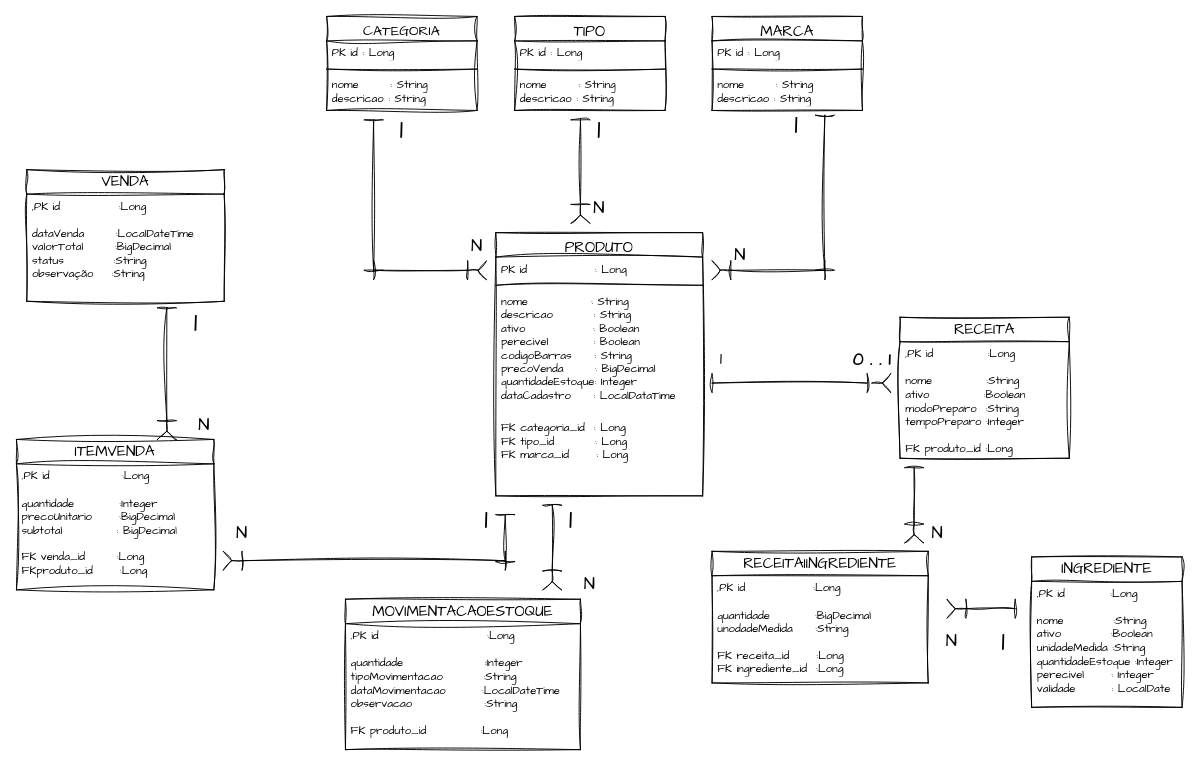
Before: der/gesttec-der.drawio in MariaMartaLia/GESTTEC.ERP, a draw.io diagram. Source tidied: cells renumbered, new cells numbered last; positions are measured from the earlier drawing's top-left corner, leaving out a move shared by most shapes. Both pictures are drawn from the tidied source at 94%, with x=0, y=0 at pixel (16, 16).
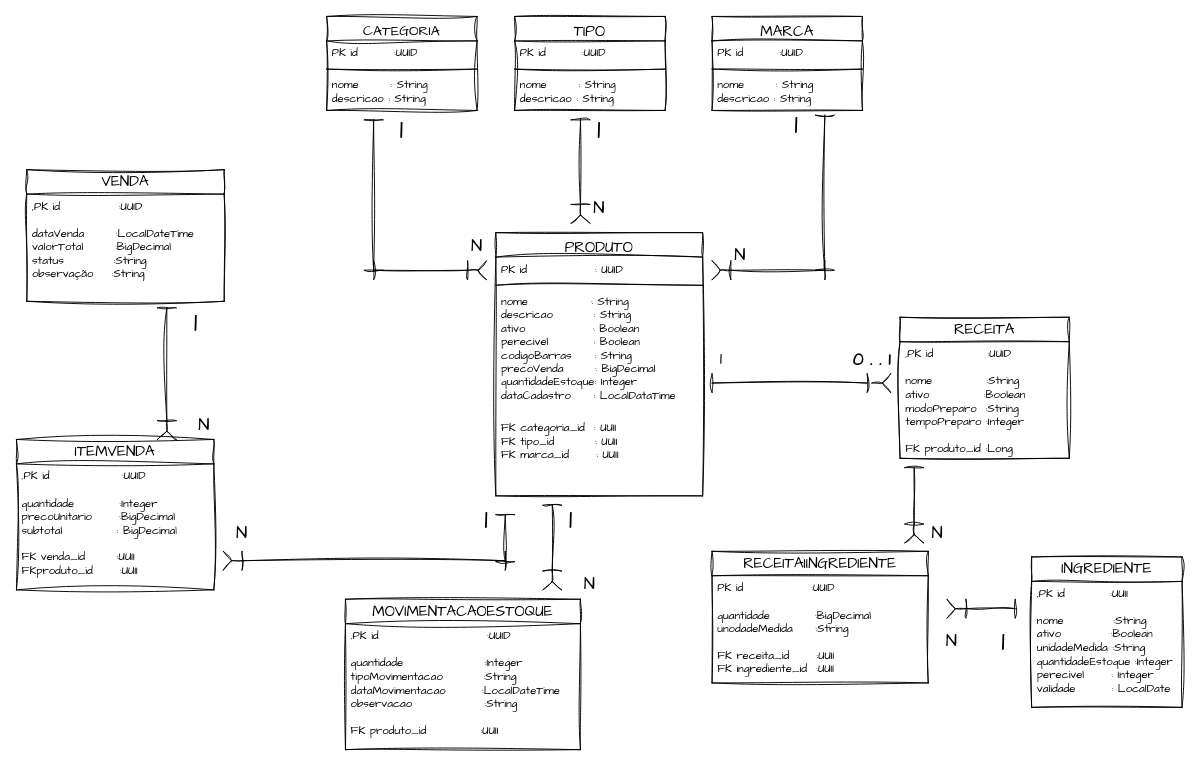
Above is the later version.

Commit message (it also covers changes not shown here):
feat: implementação inicial do schema relacional

Unchanged cells that the change refers to:
```xml
<mxCell id="6" value="&lt;span style=&quot;font-size: 15px; font-weight: 400; text-align: left;&quot;&gt;CATEGORIA&lt;/span&gt;" style="swimlane;fontStyle=1;align=center;verticalAlign=top;horizontal=1;startSize=26;whiteSpace=wrap;html=1;sketch=1;hachureGap=4;jiggle=2;curveFitting=1;fontFamily=Architects Daughter;" parent="1" vertex="1">
  <mxGeometry x="330" width="160" height="100" as="geometry" />
</mxCell>
<mxCell id="10" value="&lt;span style=&quot;font-size: 16px; font-weight: 400; text-align: left;&quot;&gt;TIPO&lt;/span&gt;" style="swimlane;fontStyle=1;align=center;verticalAlign=top;horizontal=1;startSize=26;whiteSpace=wrap;html=1;sketch=1;hachureGap=4;jiggle=2;curveFitting=1;fontFamily=Architects Daughter;" parent="1" vertex="1">
  <mxGeometry x="530" width="160" height="100" as="geometry" />
</mxCell>
<mxCell id="14" value="&lt;span style=&quot;font-size: 16px; font-weight: 400; text-align: left;&quot;&gt;MARCA&lt;/span&gt;" style="swimlane;fontStyle=1;align=center;verticalAlign=top;horizontal=1;startSize=26;whiteSpace=wrap;html=1;sketch=1;hachureGap=4;jiggle=2;curveFitting=1;fontFamily=Architects Daughter;" parent="1" vertex="1">
  <mxGeometry x="740" width="160" height="100" as="geometry" />
</mxCell>
<mxCell id="18" value="&lt;span style=&quot;font-size: 16px; font-weight: 400; text-align: left;&quot;&gt;PRODUTO&lt;/span&gt;" style="swimlane;fontStyle=1;align=center;verticalAlign=top;horizontal=1;startSize=26;whiteSpace=wrap;html=1;sketch=1;hachureGap=4;jiggle=2;curveFitting=1;fontFamily=Architects Daughter;" parent="1" vertex="1">
  <mxGeometry x="510" y="230" width="220" height="280" as="geometry" />
</mxCell>
<mxCell id="26" value="&lt;font style=&quot;font-size: 16px;&quot;&gt;RECEITA&lt;/font&gt;" style="swimlane;fontStyle=0;horizontal=1;startSize=26;fillColor=none;whiteSpace=wrap;html=1;sketch=1;hachureGap=4;jiggle=2;curveFitting=1;fontFamily=Architects Daughter;" parent="1" vertex="1">
  <mxGeometry x="940" y="320" width="180" height="150" as="geometry" />
</mxCell>
<mxCell id="28" value="&lt;font style=&quot;font-size: 16px;&quot;&gt;INGREDIENTE&lt;/font&gt;" style="swimlane;fontStyle=0;horizontal=1;startSize=26;fillColor=none;whiteSpace=wrap;html=1;sketch=1;hachureGap=4;jiggle=2;curveFitting=1;fontFamily=Architects Daughter;" parent="1" vertex="1">
  <mxGeometry x="1080" y="575" width="160" height="160" as="geometry" />
</mxCell>
<mxCell id="30" value="&lt;font style=&quot;font-size: 16px;&quot;&gt;VENDA&lt;/font&gt;" style="swimlane;fontStyle=0;horizontal=1;startSize=26;fillColor=none;whiteSpace=wrap;html=1;sketch=1;hachureGap=4;jiggle=2;curveFitting=1;fontFamily=Architects Daughter;" parent="1" vertex="1">
  <mxGeometry x="11" y="163" width="210" height="140" as="geometry" />
</mxCell>
<mxCell id="32" value="&lt;font style=&quot;font-size: 16px;&quot;&gt;RECEITAIINGREDIENTE&lt;/font&gt;" style="swimlane;fontStyle=0;horizontal=1;startSize=26;fillColor=none;whiteSpace=wrap;html=1;sketch=1;hachureGap=4;jiggle=2;curveFitting=1;fontFamily=Architects Daughter;" parent="1" vertex="1">
  <mxGeometry x="740" y="569" width="230" height="140" as="geometry" />
</mxCell>
<mxCell id="34" value="&lt;font style=&quot;font-size: 16px;&quot;&gt;ITEMVENDA&lt;/font&gt;" style="swimlane;fontStyle=0;horizontal=1;startSize=26;fillColor=none;whiteSpace=wrap;html=1;sketch=1;hachureGap=4;jiggle=2;curveFitting=1;fontFamily=Architects Daughter;" parent="1" vertex="1">
  <mxGeometry y="450" width="210" height="160" as="geometry" />
</mxCell>
<mxCell id="36" value="&lt;font style=&quot;font-size: 16px;&quot;&gt;MOVIMENTACAOESTOQUE&lt;/font&gt;" style="swimlane;fontStyle=0;horizontal=1;startSize=26;fillColor=none;whiteSpace=wrap;html=1;sketch=1;hachureGap=4;jiggle=2;curveFitting=1;fontFamily=Architects Daughter;" parent="1" vertex="1">
  <mxGeometry x="350" y="620" width="250" height="160" as="geometry" />
</mxCell>
```

What changed in the source:
```diff
@@
-    <mxCell id="7" value="PK id : Long" style="text;strokeColor=none;fillColor=none;align=left;verticalAlign=top;spacingLeft=4;spacingRight=4;overflow=hidden;whiteSpace=wrap;html=1;fontFamily=Architects Daughter;" parent="6" vertex="1">
+    <mxCell id="7" value="PK id&amp;nbsp; &amp;nbsp; &amp;nbsp; &amp;nbsp; :UUID" style="text;strokeColor=none;fillColor=none;align=left;verticalAlign=top;spacingLeft=4;spacingRight=4;overflow=hidden;whiteSpace=wrap;html=1;fontFamily=Architects Daughter;" parent="6" vertex="1">
       <mxGeometry y="26" width="160" height="26" as="geometry" />
     </mxCell>
@@
-    <mxCell id="11" value="PK id : Long" style="text;strokeColor=none;fillColor=none;align=left;verticalAlign=top;spacingLeft=4;spacingRight=4;overflow=hidden;whiteSpace=wrap;html=1;fontFamily=Architects Daughter;" parent="10" vertex="1">
+    <mxCell id="11" value="PK id&amp;nbsp; &amp;nbsp; &amp;nbsp; &amp;nbsp; :UUID" style="text;strokeColor=none;fillColor=none;align=left;verticalAlign=top;spacingLeft=4;spacingRight=4;overflow=hidden;whiteSpace=wrap;html=1;fontFamily=Architects Daughter;" parent="10" vertex="1">
       <mxGeometry y="26" width="160" height="26" as="geometry" />
     </mxCell>
@@
-    <mxCell id="15" value="PK id : Long" style="text;strokeColor=none;fillColor=none;align=left;verticalAlign=top;spacingLeft=4;spacingRight=4;overflow=hidden;whiteSpace=wrap;html=1;fontFamily=Architects Daughter;" parent="14" vertex="1">
+    <mxCell id="15" value="PK id&amp;nbsp; &amp;nbsp; &amp;nbsp; &amp;nbsp; :UUID" style="text;strokeColor=none;fillColor=none;align=left;verticalAlign=top;spacingLeft=4;spacingRight=4;overflow=hidden;whiteSpace=wrap;html=1;fontFamily=Architects Daughter;" parent="14" vertex="1">
       <mxGeometry y="26" width="160" height="26" as="geometry" />
     </mxCell>
@@
-    <mxCell id="19" value="PK id&amp;nbsp; &amp;nbsp; &amp;nbsp; &amp;nbsp; &amp;nbsp; &amp;nbsp; &amp;nbsp; &amp;nbsp;: Long" style="text;strokeColor=none;fillColor=none;align=left;verticalAlign=top;spacingLeft=4;spacingRight=4;overflow=hidden;whiteSpace=wrap;html=1;fontFamily=Architects Daughter;" parent="18" vertex="1">
+    <mxCell id="19" value="PK id&amp;nbsp; &amp;nbsp; &amp;nbsp; &amp;nbsp; &amp;nbsp; &amp;nbsp; &amp;nbsp; &amp;nbsp;: UUID" style="text;strokeColor=none;fillColor=none;align=left;verticalAlign=top;spacingLeft=4;spacingRight=4;overflow=hidden;whiteSpace=wrap;html=1;fontFamily=Architects Daughter;" parent="18" vertex="1">
       <mxGeometry y="26" width="220" height="26" as="geometry" />
     </mxCell>
@@
-    <mxCell id="21" value="&lt;div&gt;nome&amp;nbsp; &amp;nbsp; &amp;nbsp; &amp;nbsp; &amp;nbsp; &amp;nbsp; &amp;nbsp; : String&lt;/div&gt;&lt;div&gt;descricao&amp;nbsp; &amp;nbsp; &amp;nbsp; &amp;nbsp; &amp;nbsp;: String&lt;/div&gt;&lt;div&gt;&lt;div&gt;ativo&amp;nbsp; &amp;nbsp; &amp;nbsp; &amp;nbsp; &amp;nbsp; &amp;nbsp; &amp;nbsp; &amp;nbsp;: Boolean&lt;/div&gt;&lt;div&gt;perecivel&amp;nbsp; &amp;nbsp; &amp;nbsp; &amp;nbsp; &amp;nbsp; : Boolean&lt;/div&gt;&lt;div&gt;codigoBarras&amp;nbsp; &amp;nbsp; &amp;nbsp;: String&lt;/div&gt;&lt;div&gt;precoVenda&amp;nbsp; &amp;nbsp; &amp;nbsp; &amp;nbsp;: BigDecimal&lt;/div&gt;&lt;div&gt;quantidadeEstoque: Integer&lt;/div&gt;&lt;div&gt;dataCadastro&amp;nbsp; &amp;nbsp; &amp;nbsp;: LocalDataTime&lt;/div&gt;&lt;div&gt;&lt;font style=&quot;font-size: 16px;&quot;&gt;&lt;br&gt;&lt;/font&gt;&lt;/div&gt;&lt;div&gt;FK categoria_id&amp;nbsp; : Long&lt;/div&gt;&lt;div&gt;FK tipo_id&amp;nbsp; &amp;nbsp; &amp;nbsp; &amp;nbsp; &amp;nbsp;: Long&lt;/div&gt;&lt;div&gt;FK marca_id&amp;nbsp; &amp;nbsp; &amp;nbsp; : Long&lt;/div&gt;&lt;/div&gt;&lt;div&gt;&lt;br&gt;&lt;/div&gt;" style="text;strokeColor=none;fillColor=none;align=left;verticalAlign=top;spacingLeft=4;spacingRight=4;overflow=hidden;whiteSpace=wrap;html=1;fontFamily=Architects Daughter;" parent="18" vertex="1">
+    <mxCell id="21" value="&lt;div&gt;nome&amp;nbsp; &amp;nbsp; &amp;nbsp; &amp;nbsp; &amp;nbsp; &amp;nbsp; &amp;nbsp; : String&lt;/div&gt;&lt;div&gt;descricao&amp;nbsp; &amp;nbsp; &amp;nbsp; &amp;nbsp; &amp;nbsp;: String&lt;/div&gt;&lt;div&gt;&lt;div&gt;ativo&amp;nbsp; &amp;nbsp; &amp;nbsp; &amp;nbsp; &amp;nbsp; &amp;nbsp; &amp;nbsp; &amp;nbsp;: Boolean&lt;/div&gt;&lt;div&gt;perecivel&amp;nbsp; &amp;nbsp; &amp;nbsp; &amp;nbsp; &amp;nbsp; : Boolean&lt;/div&gt;&lt;div&gt;codigoBarras&amp;nbsp; &amp;nbsp; &amp;nbsp;: String&lt;/div&gt;&lt;div&gt;precoVenda&amp;nbsp; &amp;nbsp; &amp;nbsp; &amp;nbsp;: BigDecimal&lt;/div&gt;&lt;div&gt;quantidadeEstoque: Integer&lt;/div&gt;&lt;div&gt;dataCadastro&amp;nbsp; &amp;nbsp; &amp;nbsp;: LocalDataTime&lt;/div&gt;&lt;div&gt;&lt;font style=&quot;font-size: 16px;&quot;&gt;&lt;br&gt;&lt;/font&gt;&lt;/div&gt;&lt;div&gt;FK categoria_id&amp;nbsp; : UUII&lt;/div&gt;&lt;div&gt;FK tipo_id&amp;nbsp; &amp;nbsp; &amp;nbsp; &amp;nbsp; &amp;nbsp;: UUII&lt;/div&gt;&lt;div&gt;FK marca_id&amp;nbsp; &amp;nbsp; &amp;nbsp; : UUII&lt;/div&gt;&lt;/div&gt;&lt;div&gt;&lt;br&gt;&lt;/div&gt;" style="text;strokeColor=none;fillColor=none;align=left;verticalAlign=top;spacingLeft=4;spacingRight=4;overflow=hidden;whiteSpace=wrap;html=1;fontFamily=Architects Daughter;" parent="18" vertex="1">
       <mxGeometry y="60" width="220" height="220" as="geometry" />
     </mxCell>
@@
-    <mxCell id="27" value="&lt;div&gt;,PK id&amp;nbsp; &amp;nbsp; &amp;nbsp; &amp;nbsp; &amp;nbsp; &amp;nbsp; :Long&lt;/div&gt;&lt;div&gt;&lt;br&gt;&lt;/div&gt;&lt;div&gt;nome&amp;nbsp; &amp;nbsp; &amp;nbsp; &amp;nbsp; &amp;nbsp; &amp;nbsp; :String&lt;/div&gt;&lt;div&gt;ativo&amp;nbsp; &amp;nbsp; &amp;nbsp; &amp;nbsp; &amp;nbsp; &amp;nbsp; :Boolean&lt;/div&gt;&lt;div&gt;modoPreparo&amp;nbsp; :String&lt;/div&gt;&lt;div&gt;tempoPreparo :Integer&amp;nbsp;&lt;/div&gt;&lt;div&gt;&lt;br&gt;&lt;/div&gt;&lt;div&gt;FK produto_id :Long&lt;/div&gt;&lt;div&gt;&lt;br&gt;&lt;/div&gt;" style="text;strokeColor=none;fillColor=none;align=left;verticalAlign=top;spacingLeft=4;spacingRight=4;overflow=hidden;whiteSpace=wrap;html=1;fontFamily=Architects Daughter;" parent="26" vertex="1">
+    <mxCell id="27" value="&lt;div&gt;,PK id&amp;nbsp; &amp;nbsp; &amp;nbsp; &amp;nbsp; &amp;nbsp; &amp;nbsp; :UUID&lt;/div&gt;&lt;div&gt;&lt;br&gt;&lt;/div&gt;&lt;div&gt;nome&amp;nbsp; &amp;nbsp; &amp;nbsp; &amp;nbsp; &amp;nbsp; &amp;nbsp; :String&lt;/div&gt;&lt;div&gt;ativo&amp;nbsp; &amp;nbsp; &amp;nbsp; &amp;nbsp; &amp;nbsp; &amp;nbsp; :Boolean&lt;/div&gt;&lt;div&gt;modoPreparo&amp;nbsp; :String&lt;/div&gt;&lt;div&gt;tempoPreparo :Integer&amp;nbsp;&lt;/div&gt;&lt;div&gt;&lt;br&gt;&lt;/div&gt;&lt;div&gt;FK produto_id :Long&lt;/div&gt;&lt;div&gt;&lt;br&gt;&lt;/div&gt;" style="text;strokeColor=none;fillColor=none;align=left;verticalAlign=top;spacingLeft=4;spacingRight=4;overflow=hidden;whiteSpace=wrap;html=1;fontFamily=Architects Daughter;" parent="26" vertex="1">
       <mxGeometry y="26" width="180" height="124" as="geometry" />
     </mxCell>
@@
-    <mxCell id="29" value="&lt;div&gt;,PK id&amp;nbsp; &amp;nbsp; &amp;nbsp; &amp;nbsp; &amp;nbsp; :Long&lt;/div&gt;&lt;div&gt;&lt;br&gt;&lt;/div&gt;&lt;div&gt;nome&amp;nbsp; &amp;nbsp; &amp;nbsp; &amp;nbsp; &amp;nbsp; &amp;nbsp;:String&lt;/div&gt;&lt;div&gt;ativo&amp;nbsp; &amp;nbsp; &amp;nbsp; &amp;nbsp; &amp;nbsp; &amp;nbsp;:Boolean&lt;/div&gt;&lt;div&gt;unidadeMedida :String&lt;/div&gt;&lt;div&gt;quantidadeEstoque :Integer&lt;/div&gt;&lt;div&gt;perecivel&amp;nbsp; &amp;nbsp; &amp;nbsp; : Integer&lt;/div&gt;&lt;div&gt;validade&amp;nbsp; &amp;nbsp; &amp;nbsp; &amp;nbsp; : LocalDate&amp;nbsp;&lt;/div&gt;&lt;div&gt;&lt;br&gt;&lt;/div&gt;" style="text;strokeColor=none;fillColor=none;align=left;verticalAlign=top;spacingLeft=4;spacingRight=4;overflow=hidden;whiteSpace=wrap;html=1;fontFamily=Architects Daughter;" parent="28" vertex="1">
+    <mxCell id="29" value="&lt;div&gt;,PK id&amp;nbsp; &amp;nbsp; &amp;nbsp; &amp;nbsp; &amp;nbsp; :UUII&lt;/div&gt;&lt;div&gt;&lt;br&gt;&lt;/div&gt;&lt;div&gt;nome&amp;nbsp; &amp;nbsp; &amp;nbsp; &amp;nbsp; &amp;nbsp; &amp;nbsp;:String&lt;/div&gt;&lt;div&gt;ativo&amp;nbsp; &amp;nbsp; &amp;nbsp; &amp;nbsp; &amp;nbsp; &amp;nbsp;:Boolean&lt;/div&gt;&lt;div&gt;unidadeMedida :String&lt;/div&gt;&lt;div&gt;quantidadeEstoque :Integer&lt;/div&gt;&lt;div&gt;perecivel&amp;nbsp; &amp;nbsp; &amp;nbsp; : Integer&lt;/div&gt;&lt;div&gt;validade&amp;nbsp; &amp;nbsp; &amp;nbsp; &amp;nbsp; : LocalDate&amp;nbsp;&lt;/div&gt;&lt;div&gt;&lt;br&gt;&lt;/div&gt;" style="text;strokeColor=none;fillColor=none;align=left;verticalAlign=top;spacingLeft=4;spacingRight=4;overflow=hidden;whiteSpace=wrap;html=1;fontFamily=Architects Daughter;" parent="28" vertex="1">
       <mxGeometry y="26" width="160" height="134" as="geometry" />
     </mxCell>
@@
-    <mxCell id="31" value="&lt;div&gt;,PK id&amp;nbsp; &amp;nbsp; &amp;nbsp; &amp;nbsp; &amp;nbsp; &amp;nbsp; &amp;nbsp;:Long&lt;/div&gt;&lt;div&gt;&lt;br&gt;&lt;/div&gt;&lt;div&gt;dataVenda&amp;nbsp; &amp;nbsp; &amp;nbsp; &amp;nbsp;:LocalDateTime&amp;nbsp;&amp;nbsp;&lt;/div&gt;&lt;div&gt;valorTotal&amp;nbsp; &amp;nbsp; &amp;nbsp; &amp;nbsp;:BigDecimal&lt;/div&gt;&lt;div&gt;status&amp;nbsp; &amp;nbsp; &amp;nbsp; &amp;nbsp; &amp;nbsp; &amp;nbsp;:String&lt;/div&gt;&lt;div&gt;observação&amp;nbsp; &amp;nbsp; :String&lt;/div&gt;" style="text;strokeColor=none;fillColor=none;align=left;verticalAlign=top;spacingLeft=4;spacingRight=4;overflow=hidden;whiteSpace=wrap;html=1;fontFamily=Architects Daughter;" parent="30" vertex="1">
+    <mxCell id="31" value="&lt;div&gt;,PK id&amp;nbsp; &amp;nbsp; &amp;nbsp; &amp;nbsp; &amp;nbsp; &amp;nbsp; &amp;nbsp;:UUID&lt;/div&gt;&lt;div&gt;&lt;br&gt;&lt;/div&gt;&lt;div&gt;dataVenda&amp;nbsp; &amp;nbsp; &amp;nbsp; &amp;nbsp;:LocalDateTime&amp;nbsp;&amp;nbsp;&lt;/div&gt;&lt;div&gt;valorTotal&amp;nbsp; &amp;nbsp; &amp;nbsp; &amp;nbsp;:BigDecimal&lt;/div&gt;&lt;div&gt;status&amp;nbsp; &amp;nbsp; &amp;nbsp; &amp;nbsp; &amp;nbsp; &amp;nbsp;:String&lt;/div&gt;&lt;div&gt;observação&amp;nbsp; &amp;nbsp; :String&lt;/div&gt;" style="text;strokeColor=none;fillColor=none;align=left;verticalAlign=top;spacingLeft=4;spacingRight=4;overflow=hidden;whiteSpace=wrap;html=1;fontFamily=Architects Daughter;" parent="30" vertex="1">
       <mxGeometry y="26" width="210" height="114" as="geometry" />
     </mxCell>
@@
-    <mxCell id="33" value="&lt;div&gt;,PK id&amp;nbsp; &amp;nbsp; &amp;nbsp; &amp;nbsp; &amp;nbsp; &amp;nbsp; &amp;nbsp; &amp;nbsp;:Long&lt;/div&gt;&lt;div&gt;&lt;br&gt;&lt;/div&gt;&lt;div&gt;quantidade&amp;nbsp; &amp;nbsp; &amp;nbsp; &amp;nbsp; &amp;nbsp; :BigDecimal&lt;/div&gt;&lt;div&gt;unodadeMedida&amp;nbsp; &amp;nbsp; &amp;nbsp;:String&lt;/div&gt;&lt;div&gt;&lt;br&gt;&lt;/div&gt;&lt;div&gt;FK receita_id&amp;nbsp; &amp;nbsp; &amp;nbsp; :Long&lt;/div&gt;&lt;div&gt;FK ingrediente_id&amp;nbsp; :Long&lt;/div&gt;" style="text;strokeColor=none;fillColor=none;align=left;verticalAlign=top;spacingLeft=4;spacingRight=4;overflow=hidden;whiteSpace=wrap;html=1;fontFamily=Architects Daughter;" parent="32" vertex="1">
+    <mxCell id="33" value="&lt;div&gt;PK id&amp;nbsp; &amp;nbsp; &amp;nbsp; &amp;nbsp; &amp;nbsp; &amp;nbsp; &amp;nbsp; &amp;nbsp;:UUID&lt;/div&gt;&lt;div&gt;&lt;br&gt;&lt;/div&gt;&lt;div&gt;quantidade&amp;nbsp; &amp;nbsp; &amp;nbsp; &amp;nbsp; &amp;nbsp; :BigDecimal&lt;/div&gt;&lt;div&gt;unodadeMedida&amp;nbsp; &amp;nbsp; &amp;nbsp;:String&lt;/div&gt;&lt;div&gt;&lt;br&gt;&lt;/div&gt;&lt;div&gt;FK receita_id&amp;nbsp; &amp;nbsp; &amp;nbsp; :UUII&lt;/div&gt;&lt;div&gt;FK ingrediente_id&amp;nbsp; :UUII&lt;/div&gt;" style="text;strokeColor=none;fillColor=none;align=left;verticalAlign=top;spacingLeft=4;spacingRight=4;overflow=hidden;whiteSpace=wrap;html=1;fontFamily=Architects Daughter;" parent="32" vertex="1">
       <mxGeometry y="26" width="230" height="114" as="geometry" />
     </mxCell>
@@
-    <mxCell id="35" value="&lt;div&gt;,PK id&amp;nbsp; &amp;nbsp; &amp;nbsp; &amp;nbsp; &amp;nbsp; &amp;nbsp; &amp;nbsp; &amp;nbsp; :Long&lt;/div&gt;&lt;div&gt;&lt;br&gt;&lt;/div&gt;&lt;div&gt;&lt;span style=&quot;background-color: transparent; color: light-dark(rgb(0, 0, 0), rgb(255, 255, 255));&quot;&gt;quantidade&amp;nbsp; &amp;nbsp; &amp;nbsp; &amp;nbsp; &amp;nbsp; :Integer&lt;/span&gt;&lt;/div&gt;&lt;div&gt;precoUnitario&amp;nbsp; &amp;nbsp; &amp;nbsp; :BigDecimal&lt;/div&gt;&lt;div&gt;subtotal&amp;nbsp; &amp;nbsp; &amp;nbsp; &amp;nbsp; &amp;nbsp; &amp;nbsp; : BigDecimal&lt;/div&gt;&lt;div&gt;&lt;br&gt;&lt;/div&gt;&lt;div&gt;FK venda_id&amp;nbsp; &amp;nbsp; &amp;nbsp; &amp;nbsp;:Long&lt;/div&gt;&lt;div&gt;FKproduto_id&amp;nbsp; &amp;nbsp; &amp;nbsp; :Long&lt;/div&gt;" style="text;strokeColor=none;fillColor=none;align=left;verticalAlign=top;spacingLeft=4;spacingRight=4;overflow=hidden;whiteSpace=wrap;html=1;fontFamily=Architects Daughter;" parent="34" vertex="1">
+    <mxCell id="35" value="&lt;div&gt;,PK id&amp;nbsp; &amp;nbsp; &amp;nbsp; &amp;nbsp; &amp;nbsp; &amp;nbsp; &amp;nbsp; &amp;nbsp; :UUID&lt;/div&gt;&lt;div&gt;&lt;br&gt;&lt;/div&gt;&lt;div&gt;&lt;span style=&quot;background-color: transparent; color: light-dark(rgb(0, 0, 0), rgb(255, 255, 255));&quot;&gt;quantidade&amp;nbsp; &amp;nbsp; &amp;nbsp; &amp;nbsp; &amp;nbsp; :Integer&lt;/span&gt;&lt;/div&gt;&lt;div&gt;precoUnitario&amp;nbsp; &amp;nbsp; &amp;nbsp; :BigDecimal&lt;/div&gt;&lt;div&gt;subtotal&amp;nbsp; &amp;nbsp; &amp;nbsp; &amp;nbsp; &amp;nbsp; &amp;nbsp; : BigDecimal&lt;/div&gt;&lt;div&gt;&lt;br&gt;&lt;/div&gt;&lt;div&gt;FK venda_id&amp;nbsp; &amp;nbsp; &amp;nbsp; &amp;nbsp;:UUII&lt;/div&gt;&lt;div&gt;FKproduto_id&amp;nbsp; &amp;nbsp; &amp;nbsp; :UUII&lt;/div&gt;" style="text;strokeColor=none;fillColor=none;align=left;verticalAlign=top;spacingLeft=4;spacingRight=4;overflow=hidden;whiteSpace=wrap;html=1;fontFamily=Architects Daughter;" parent="34" vertex="1">
       <mxGeometry y="26" width="210" height="134" as="geometry" />
     </mxCell>
@@
-    <mxCell id="37" value="&lt;div&gt;,PK id&amp;nbsp; &amp;nbsp; &amp;nbsp; &amp;nbsp; &amp;nbsp; &amp;nbsp; &amp;nbsp; &amp;nbsp; &amp;nbsp; &amp;nbsp; &amp;nbsp; &amp;nbsp; :Long&lt;/div&gt;&lt;div&gt;&lt;br&gt;&lt;/div&gt;&lt;div&gt;&lt;span style=&quot;background-color: transparent; color: light-dark(rgb(0, 0, 0), rgb(255, 255, 255));&quot;&gt;quantidade&amp;nbsp; &amp;nbsp; &amp;nbsp; &amp;nbsp; &amp;nbsp; &amp;nbsp; &amp;nbsp; &amp;nbsp; &amp;nbsp; :Integer&lt;/span&gt;&lt;/div&gt;&lt;div&gt;tipoMovimentacao&amp;nbsp; &amp;nbsp; &amp;nbsp; &amp;nbsp; &amp;nbsp;:String&lt;/div&gt;&lt;div&gt;dataMovimentacao&amp;nbsp; &amp;nbsp; &amp;nbsp; &amp;nbsp; :LocalDateTime&lt;/div&gt;&lt;div&gt;observacao&amp;nbsp; &amp;nbsp; &amp;nbsp; &amp;nbsp; &amp;nbsp; &amp;nbsp; &amp;nbsp; &amp;nbsp; :String&lt;/div&gt;&lt;div&gt;&lt;br&gt;&lt;/div&gt;&lt;div&gt;FK produto_id&amp;nbsp; &amp;nbsp; &amp;nbsp; &amp;nbsp; &amp;nbsp; &amp;nbsp; :Long&lt;/div&gt;" style="text;strokeColor=none;fillColor=none;align=left;verticalAlign=top;spacingLeft=4;spacingRight=4;overflow=hidden;whiteSpace=wrap;html=1;fontFamily=Architects Daughter;" parent="36" vertex="1">
+    <mxCell id="37" value="&lt;div&gt;,PK id&amp;nbsp; &amp;nbsp; &amp;nbsp; &amp;nbsp; &amp;nbsp; &amp;nbsp; &amp;nbsp; &amp;nbsp; &amp;nbsp; &amp;nbsp; &amp;nbsp; &amp;nbsp; :UUID&lt;/div&gt;&lt;div&gt;&lt;br&gt;&lt;/div&gt;&lt;div&gt;&lt;span style=&quot;background-color: transparent; color: light-dark(rgb(0, 0, 0), rgb(255, 255, 255));&quot;&gt;quantidade&amp;nbsp; &amp;nbsp; &amp;nbsp; &amp;nbsp; &amp;nbsp; &amp;nbsp; &amp;nbsp; &amp;nbsp; &amp;nbsp; :Integer&lt;/span&gt;&lt;/div&gt;&lt;div&gt;tipoMovimentacao&amp;nbsp; &amp;nbsp; &amp;nbsp; &amp;nbsp; &amp;nbsp;:String&lt;/div&gt;&lt;div&gt;dataMovimentacao&amp;nbsp; &amp;nbsp; &amp;nbsp; &amp;nbsp; :LocalDateTime&lt;/div&gt;&lt;div&gt;observacao&amp;nbsp; &amp;nbsp; &amp;nbsp; &amp;nbsp; &amp;nbsp; &amp;nbsp; &amp;nbsp; &amp;nbsp; :String&lt;/div&gt;&lt;div&gt;&lt;br&gt;&lt;/div&gt;&lt;div&gt;FK produto_id&amp;nbsp; &amp;nbsp; &amp;nbsp; &amp;nbsp; &amp;nbsp; &amp;nbsp; :UUII&lt;/div&gt;" style="text;strokeColor=none;fillColor=none;align=left;verticalAlign=top;spacingLeft=4;spacingRight=4;overflow=hidden;whiteSpace=wrap;html=1;fontFamily=Architects Daughter;" parent="36" vertex="1">
       <mxGeometry y="26" width="250" height="134" as="geometry" />
     </mxCell>
```
